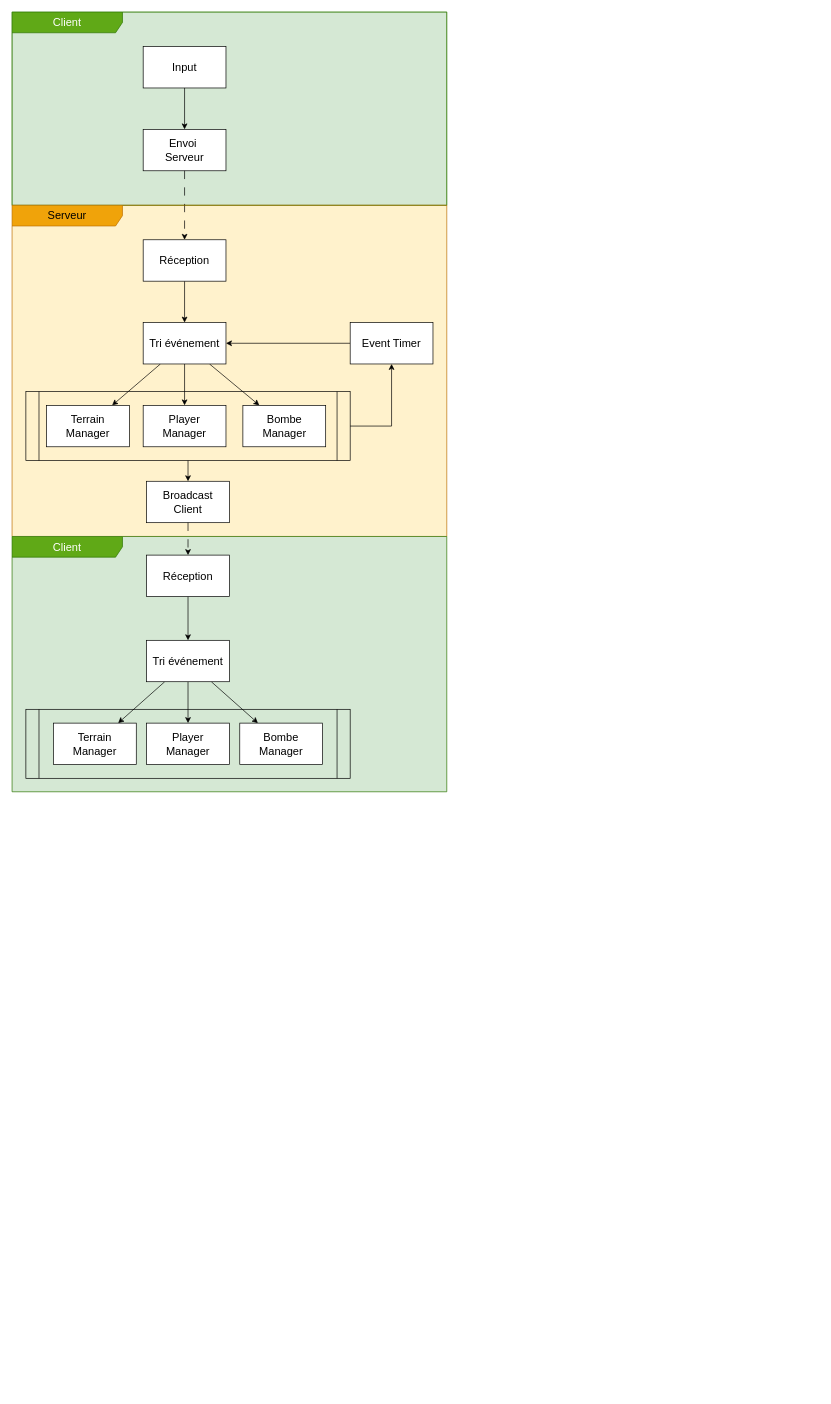
Before: Motivations.drawio in rp2709/bomber-person, a draw.io diagram. Source tidied: cells renumbered, new cells numbered last; positions are measured from the earlier drawing's top-left corner, leaving out a move shared by most shapes. Both pictures are drawn from the tidied source at 69%, with x=0, y=0 at pixel (12, 12).
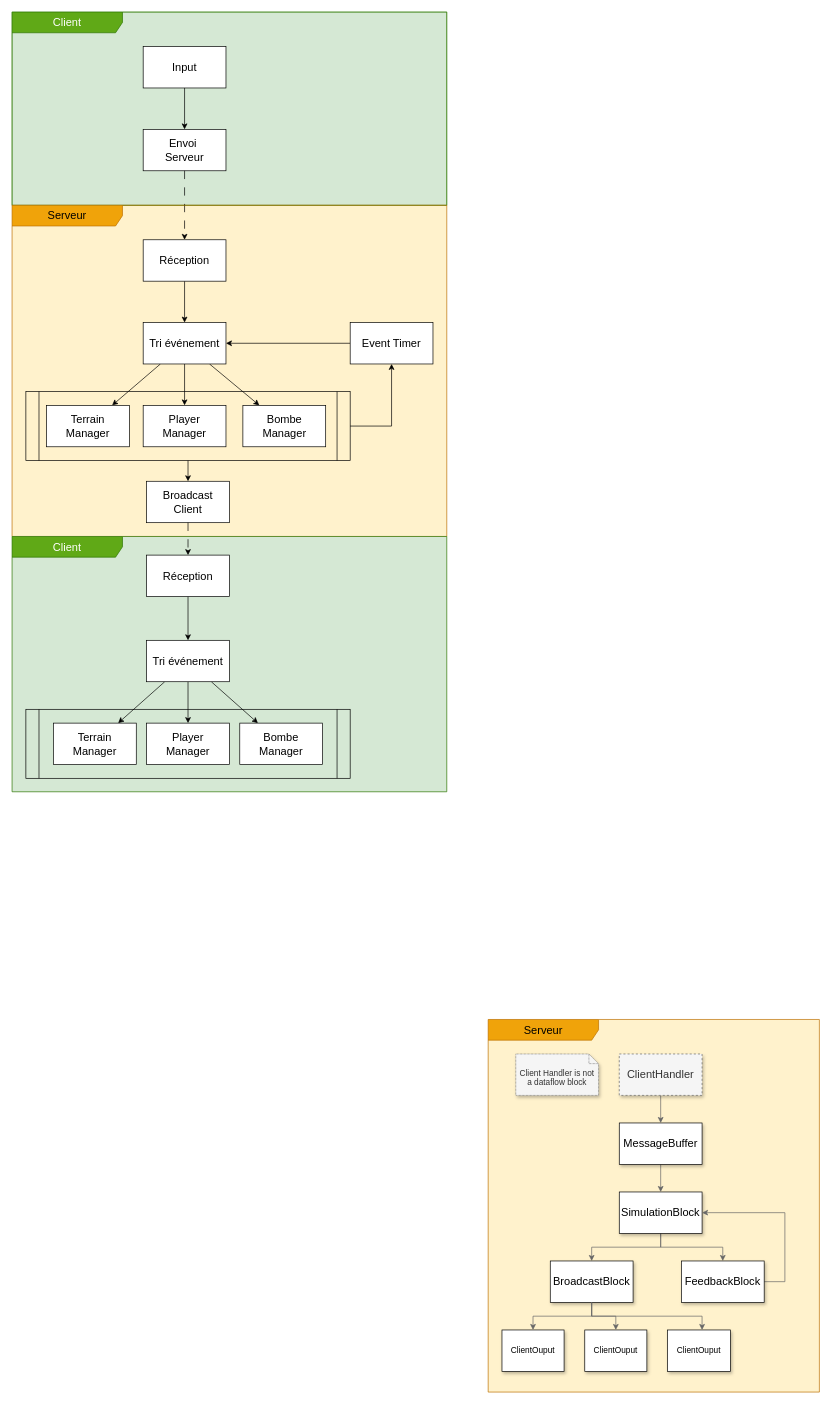
The same diagram, later.

Diff of the diagram source:
```diff
@@
+    <mxCell id="38" style="whiteSpace=wrap;html=1;strokeColor=none;fillColor=#fff2cc;glass=0;rounded=0;" parent="1" vertex="1">
+      <mxGeometry x="690" y="1460" width="480" height="540" as="geometry" />
+    </mxCell>
+    <mxCell id="39" value="Serveur" style="shape=umlFrame;whiteSpace=wrap;html=1;width=160;fontFamily=Helvetica;fontSize=16;strokeColor=#BD7000;fillColor=#f0a30a;fontColor=#000000;" parent="1" vertex="1">
+      <mxGeometry x="690" y="1460" width="480" height="540" as="geometry" />
+    </mxCell>
+    <mxCell id="40" style="edgeStyle=none;html=1;fillColor=#f5f5f5;strokeColor=#666666;" parent="39" edge="1" source="41" target="43">
+      <mxGeometry relative="1" as="geometry" />
+    </mxCell>
+    <mxCell id="41" value="ClientHandler" style="rounded=0;whiteSpace=wrap;html=1;fontFamily=Helvetica;fontSize=16;fillColor=#f5f5f5;fontColor=#333333;strokeColor=#666666;dashed=1;shadow=1;" parent="39" vertex="1">
+      <mxGeometry x="190" y="50" width="120" height="60" as="geometry" />
+    </mxCell>
+    <mxCell id="42" style="edgeStyle=none;html=1;fillColor=#f5f5f5;strokeColor=#666666;" parent="39" edge="1" source="43" target="46">
+      <mxGeometry relative="1" as="geometry" />
+    </mxCell>
+    <mxCell id="43" value="MessageBuffer" style="rounded=0;whiteSpace=wrap;html=1;fontFamily=Helvetica;fontSize=16;glass=0;shadow=1;" parent="39" vertex="1">
+      <mxGeometry x="190" y="150" width="120" height="60" as="geometry" />
+    </mxCell>
+    <mxCell id="44" style="edgeStyle=orthogonalEdgeStyle;rounded=0;jettySize=auto;html=1;fillColor=#f5f5f5;strokeColor=#666666;" parent="39" edge="1" source="46" target="49">
+      <mxGeometry relative="1" as="geometry" />
+    </mxCell>
+    <mxCell id="45" style="edgeStyle=orthogonalEdgeStyle;rounded=0;jettySize=auto;html=1;fillColor=#f5f5f5;strokeColor=#666666;" parent="39" edge="1" source="46" target="48">
+      <mxGeometry relative="1" as="geometry" />
+    </mxCell>
+    <mxCell id="46" value="SimulationBlock" style="rounded=0;whiteSpace=wrap;html=1;fontFamily=Helvetica;fontSize=16;glass=0;shadow=1;" parent="39" vertex="1">
+      <mxGeometry x="190" y="250" width="120" height="60" as="geometry" />
+    </mxCell>
+    <mxCell id="47" style="edgeStyle=orthogonalEdgeStyle;rounded=0;jettySize=auto;html=1;entryX=1;entryY=0.5;entryDx=0;entryDy=0;fillColor=#f5f5f5;strokeColor=#666666;" parent="39" edge="1" source="48" target="46">
+      <mxGeometry relative="1" as="geometry">
+        <Array as="points">
+          <mxPoint x="430" y="380" />
+          <mxPoint x="430" y="280" />
+        </Array>
+      </mxGeometry>
+    </mxCell>
+    <mxCell id="48" value="FeedbackBlock" style="rounded=0;whiteSpace=wrap;html=1;fontFamily=Helvetica;fontSize=16;glass=0;shadow=1;" parent="39" vertex="1">
+      <mxGeometry x="280" y="350" width="120" height="60" as="geometry" />
+    </mxCell>
+    <mxCell id="49" value="BroadcastBlock" style="rounded=0;whiteSpace=wrap;html=1;fontFamily=Helvetica;fontSize=16;glass=0;shadow=1;" parent="39" vertex="1">
+      <mxGeometry x="90" y="350" width="120" height="60" as="geometry" />
+    </mxCell>
+    <mxCell id="50" value="Client Handler is not a dataflow block" style="shape=note2;boundedLbl=1;whiteSpace=wrap;html=1;size=14;verticalAlign=top;align=center;fillColor=#f5f5f5;fontColor=#333333;strokeColor=#666666;dashed=1;dashPattern=1 1;gradientColor=none;shadow=1;" parent="39" vertex="1">
+      <mxGeometry x="40" y="50" width="120" height="60" as="geometry" />
+    </mxCell>
+    <mxCell id="51" value="ClientOuput" style="rounded=0;whiteSpace=wrap;html=1;glass=0;shadow=1;" parent="1" vertex="1">
+      <mxGeometry x="710" y="1910" width="90" height="60" as="geometry" />
+    </mxCell>
+    <mxCell id="52" value="ClientOuput" style="rounded=0;whiteSpace=wrap;html=1;glass=0;shadow=1;" parent="1" vertex="1">
+      <mxGeometry x="830" y="1910" width="90" height="60" as="geometry" />
+    </mxCell>
+    <mxCell id="53" value="ClientOuput" style="rounded=0;whiteSpace=wrap;html=1;glass=0;shadow=1;" parent="1" vertex="1">
+      <mxGeometry x="950" y="1910" width="91" height="60" as="geometry" />
+    </mxCell>
+    <mxCell id="54" style="edgeStyle=orthogonalEdgeStyle;rounded=0;jettySize=auto;html=1;fillColor=#f5f5f5;strokeColor=#666666;" parent="1" edge="1" source="49" target="51">
+      <mxGeometry relative="1" as="geometry" />
+    </mxCell>
+    <mxCell id="55" style="edgeStyle=orthogonalEdgeStyle;rounded=0;jettySize=auto;html=1;fillColor=#f5f5f5;strokeColor=#666666;" parent="1" edge="1" source="49" target="52">
+      <mxGeometry relative="1" as="geometry" />
+    </mxCell>
+    <mxCell id="56" style="edgeStyle=orthogonalEdgeStyle;rounded=0;orthogonalLoop=1;jettySize=auto;html=1;fillColor=#f5f5f5;strokeColor=#666666;" parent="1" edge="1">
+      <mxGeometry relative="1" as="geometry">
+        <mxPoint x="840" y="1870" as="sourcePoint" />
+        <mxPoint x="1000" y="1910" as="targetPoint" />
+        <Array as="points">
+          <mxPoint x="840" y="1890" />
+          <mxPoint x="1000" y="1890" />
+        </Array>
+      </mxGeometry>
+    </mxCell>
```
